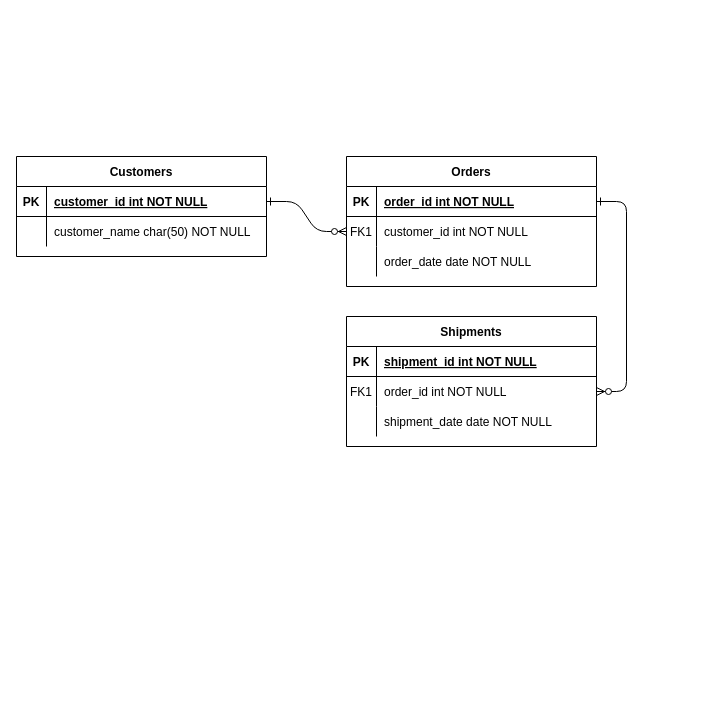
Before: GISDB.drawio in Mohamedmtc/Diagrams, a draw.io diagram. Source tidied: cells renumbered, new cells numbered last; positions are measured from the earlier drawing's top-left corner, leaving out a move shared by most shapes. Both pictures are drawn from the tidied source at 100%, with x=0, y=0 at pixel (16, 156).
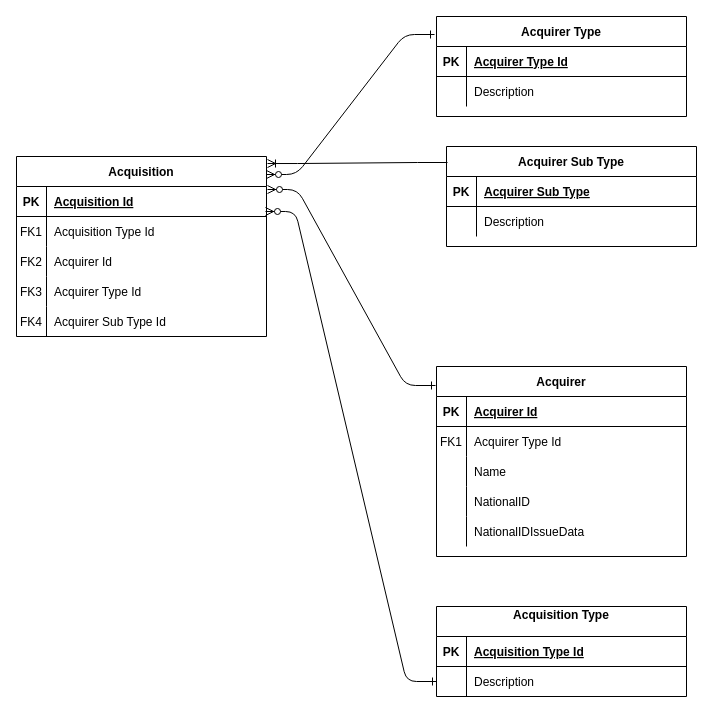
The same page after the edit.

The change refers to these unchanged cells:
```xml
<mxCell id="5" style="shape=partialRectangle;fillColor=none;points=[[0,0.5],[1,0.5]];portConstraint=eastwest;top=0;left=0;right=0;bottom=1;" parent="4" vertex="1">
  <mxGeometry y="30" width="250" height="30" as="geometry" />
</mxCell>
<mxCell id="15" style="shape=partialRectangle;fillColor=none;top=0;left=0;right=0;bottom=1;" parent="14" vertex="1">
  <mxGeometry y="30" width="250" height="30" as="geometry" />
</mxCell>
<mxCell id="18" style="shape=partialRectangle;fillColor=none;points=[[0,0.5],[1,0.5]];portConstraint=eastwest;top=0;left=0;right=0;bottom=0;" parent="14" vertex="1">
  <mxGeometry y="60" width="250" height="30" as="geometry" />
</mxCell>
<mxCell id="25" style="shape=partialRectangle;fillColor=none;points=[[0,0.5],[1,0.5]];portConstraint=eastwest;top=0;left=0;right=0;bottom=1;" parent="24" vertex="1">
  <mxGeometry y="30" width="250" height="30" as="geometry" />
</mxCell>
<mxCell id="28" style="shape=partialRectangle;fillColor=none;top=0;left=0;right=0;bottom=0;" parent="24" vertex="1">
  <mxGeometry y="60" width="250" height="30" as="geometry" />
</mxCell>
```

The edit, as a diff of the source:
```diff
@@
-    <mxCell id="2" style="edgeStyle=entityRelationEdgeStyle;endArrow=ERzeroToMany;startArrow=ERone;endFill=1;startFill=0;" parent="1" edge="1" source="25" target="8">
-      <mxGeometry relative="1" as="geometry" />
+    <mxCell id="2" style="edgeStyle=entityRelationEdgeStyle;endArrow=ERzeroToMany;startArrow=ERone;endFill=1;startFill=0;exitX=0;exitY=0.5;exitDx=0;exitDy=0;entryX=0.996;entryY=0.833;entryDx=0;entryDy=0;entryPerimeter=0;" parent="1" edge="1" source="11" target="25">
+      <mxGeometry relative="1" as="geometry">
+        <Array as="points">
+          <mxPoint x="300" y="100" />
+          <mxPoint x="310" y="100" />
+          <mxPoint x="310" y="100" />
+        </Array>
+      </mxGeometry>
     </mxCell>
-    <mxCell id="3" style="edgeStyle=entityRelationEdgeStyle;endArrow=ERzeroToMany;startArrow=ERone;endFill=1;startFill=0;" parent="1" edge="1" source="5" target="18">
+    <mxCell id="3" style="edgeStyle=entityRelationEdgeStyle;endArrow=ERzeroToMany;startArrow=ERone;endFill=1;startFill=0;exitX=-0.008;exitY=0.18;exitDx=0;exitDy=0;entryX=1;entryY=0.1;entryDx=0;entryDy=0;entryPerimeter=0;exitPerimeter=0;" parent="1" edge="1" source="49" target="24">
       <mxGeometry relative="1" as="geometry" />
     </mxCell>
-    <mxCell id="4" value="Orders" style="shape=table;startSize=30;childLayout=tableLayout;rowLines=0;fontStyle=1;align=center;" parent="1" vertex="1">
-      <mxGeometry x="330" width="250" height="130" as="geometry" />
+    <mxCell id="4" value="Acquisition Type&#10;" style="shape=table;startSize=30;childLayout=tableLayout;rowLines=0;fontStyle=1;align=center;" parent="1" vertex="1">
+      <mxGeometry x="420" y="450" width="250" height="90" as="geometry" />
     </mxCell>
@@
-    <mxCell id="7" value="order_id int NOT NULL " style="shape=partialRectangle;overflow=hidden;fillColor=none;top=0;left=0;bottom=0;right=0;align=left;spacingLeft=6;fontStyle=5;" parent="5" vertex="1">
+    <mxCell id="7" value="Acquisition Type Id" style="shape=partialRectangle;overflow=hidden;fillColor=none;top=0;left=0;bottom=0;right=0;align=left;spacingLeft=6;fontStyle=5;" parent="5" vertex="1">
       <mxGeometry x="30" width="220" height="30" as="geometry" />
     </mxCell>
-    <mxCell id="8" style="shape=partialRectangle;fillColor=none;points=[[0,0.5],[1,0.5]];portConstraint=eastwest;top=0;left=0;right=0;bottom=0;" parent="4" vertex="1">
-      <mxGeometry y="60" width="250" height="30" as="geometry" />
-    </mxCell>
-    <mxCell id="9" value="FK1" style="shape=partialRectangle;overflow=hidden;fillColor=none;top=0;left=0;bottom=0;right=0;" parent="8" vertex="1">
-      <mxGeometry width="30" height="30" as="geometry" />
-    </mxCell>
-    <mxCell id="10" value="customer_id int NOT NULL" style="shape=partialRectangle;overflow=hidden;fillColor=none;top=0;left=0;bottom=0;right=0;align=left;spacingLeft=6;" parent="8" vertex="1">
-      <mxGeometry x="30" width="220" height="30" as="geometry" />
-    </mxCell>
     <mxCell id="11" style="shape=partialRectangle;fillColor=none;points=[[0,0.5],[1,0.5]];portConstraint=eastwest;top=0;left=0;right=0;bottom=0;" parent="4" vertex="1">
-      <mxGeometry y="90" width="250" height="30" as="geometry" />
+      <mxGeometry y="60" width="250" height="30" as="geometry" />
     </mxCell>
@@
-    <mxCell id="13" value="order_date date NOT NULL" style="shape=partialRectangle;overflow=hidden;fillColor=none;top=0;left=0;bottom=0;right=0;align=left;spacingLeft=6;" parent="11" vertex="1">
+    <mxCell id="13" value="Description" style="shape=partialRectangle;overflow=hidden;fillColor=none;top=0;left=0;bottom=0;right=0;align=left;spacingLeft=6;" parent="11" vertex="1">
       <mxGeometry x="30" width="220" height="30" as="geometry" />
     </mxCell>
-    <mxCell id="14" value="Shipments" style="shape=table;startSize=30;childLayout=tableLayout;rowLines=0;fontStyle=1;align=center;" parent="1" vertex="1">
-      <mxGeometry x="330" y="160" width="250" height="130" as="geometry" />
+    <mxCell id="14" value="Acquirer" style="shape=table;startSize=30;childLayout=tableLayout;rowLines=0;fontStyle=1;align=center;" parent="1" vertex="1">
+      <mxGeometry x="420" y="210" width="250" height="190" as="geometry" />
     </mxCell>
@@
-    <mxCell id="17" value="shipment_id int NOT NULL " style="shape=partialRectangle;overflow=hidden;fillColor=none;top=0;left=0;bottom=0;right=0;align=left;spacingLeft=6;fontStyle=5;" parent="15" vertex="1">
+    <mxCell id="17" value="Acquirer Id" style="shape=partialRectangle;overflow=hidden;fillColor=none;top=0;left=0;bottom=0;right=0;align=left;spacingLeft=6;fontStyle=5;" parent="15" vertex="1">
       <mxGeometry x="30" width="220" height="30" as="geometry" />
     </mxCell>
@@
-    <mxCell id="20" value="order_id int NOT NULL" style="shape=partialRectangle;overflow=hidden;fillColor=none;top=0;left=0;bottom=0;right=0;align=left;spacingLeft=6;" parent="18" vertex="1">
+    <mxCell id="20" value="Acquirer Type Id" style="shape=partialRectangle;overflow=hidden;fillColor=none;top=0;left=0;bottom=0;right=0;align=left;spacingLeft=6;" parent="18" vertex="1">
       <mxGeometry x="30" width="220" height="30" as="geometry" />
     </mxCell>
-    <mxCell id="21" style="shape=partialRectangle;fillColor=none;top=0;left=0;right=0;bottom=0;" parent="14" vertex="1">
-      <mxGeometry y="90" width="250" height="30" as="geometry" />
-    </mxCell>
-    <mxCell id="22" style="shape=partialRectangle;overflow=hidden;fillColor=none;top=0;left=0;bottom=0;right=0;" parent="21" vertex="1">
-      <mxGeometry width="30" height="30" as="geometry" />
-    </mxCell>
-    <mxCell id="23" value="shipment_date date NOT NULL" style="shape=partialRectangle;overflow=hidden;fillColor=none;top=0;left=0;bottom=0;right=0;align=left;spacingLeft=6;" parent="21" vertex="1">
-      <mxGeometry x="30" width="220" height="30" as="geometry" />
-    </mxCell>
+    <mxCell id="31" style="shape=partialRectangle;fillColor=none;top=0;left=0;right=0;bottom=0;" parent="14" vertex="1">
+      <mxGeometry y="90" width="250" height="30" as="geometry" />
+    </mxCell>
+    <mxCell id="32" style="shape=partialRectangle;overflow=hidden;fillColor=none;top=0;left=0;bottom=0;right=0;" parent="31" vertex="1">
+      <mxGeometry width="30" height="30" as="geometry" />
+    </mxCell>
+    <mxCell id="33" value="Name" style="shape=partialRectangle;overflow=hidden;fillColor=none;top=0;left=0;bottom=0;right=0;align=left;spacingLeft=6;" parent="31" vertex="1">
+      <mxGeometry x="30" width="220" height="30" as="geometry" />
+    </mxCell>
+    <mxCell id="34" style="shape=partialRectangle;fillColor=none;top=0;left=0;right=0;bottom=0;" parent="14" vertex="1">
+      <mxGeometry y="120" width="250" height="30" as="geometry" />
+    </mxCell>
+    <mxCell id="35" style="shape=partialRectangle;overflow=hidden;fillColor=none;top=0;left=0;bottom=0;right=0;" parent="34" vertex="1">
+      <mxGeometry width="30" height="30" as="geometry" />
+    </mxCell>
+    <mxCell id="36" value="NationalID" style="shape=partialRectangle;overflow=hidden;fillColor=none;top=0;left=0;bottom=0;right=0;align=left;spacingLeft=6;" parent="34" vertex="1">
+      <mxGeometry x="30" width="220" height="30" as="geometry" />
+    </mxCell>
+    <mxCell id="37" style="shape=partialRectangle;fillColor=none;top=0;left=0;right=0;bottom=0;" parent="14" vertex="1">
+      <mxGeometry y="150" width="250" height="30" as="geometry" />
+    </mxCell>
+    <mxCell id="38" style="shape=partialRectangle;overflow=hidden;fillColor=none;top=0;left=0;bottom=0;right=0;" parent="37" vertex="1">
+      <mxGeometry width="30" height="30" as="geometry" />
+    </mxCell>
+    <mxCell id="39" value="NationalIDIssueData" style="shape=partialRectangle;overflow=hidden;fillColor=none;top=0;left=0;bottom=0;right=0;align=left;spacingLeft=6;" parent="37" vertex="1">
+      <mxGeometry x="30" width="220" height="30" as="geometry" />
+    </mxCell>
-    <mxCell id="24" value="Customers" style="shape=table;startSize=30;childLayout=tableLayout;rowLines=0;fontStyle=1;align=center;" parent="1" vertex="1">
-      <mxGeometry width="250" height="100" as="geometry" />
+    <mxCell id="24" value="Acquisition" style="shape=table;startSize=30;childLayout=tableLayout;rowLines=0;fontStyle=1;align=center;" parent="1" vertex="1">
+      <mxGeometry width="250" height="180" as="geometry" />
     </mxCell>
@@
-    <mxCell id="27" value="customer_id int NOT NULL " style="shape=partialRectangle;overflow=hidden;fillColor=none;top=0;left=0;bottom=0;right=0;align=left;spacingLeft=6;fontStyle=5;" parent="25" vertex="1">
+    <mxCell id="27" value="Acquisition Id" style="shape=partialRectangle;overflow=hidden;fillColor=none;top=0;left=0;bottom=0;right=0;align=left;spacingLeft=6;fontStyle=5;" parent="25" vertex="1">
       <mxGeometry x="30" width="220" height="30" as="geometry" />
     </mxCell>
@@
-    <mxCell id="29" style="shape=partialRectangle;overflow=hidden;fillColor=none;top=0;left=0;bottom=0;right=0;" parent="28" vertex="1">
+    <mxCell id="29" value="FK1" style="shape=partialRectangle;overflow=hidden;fillColor=none;top=0;left=0;bottom=0;right=0;" parent="28" vertex="1">
       <mxGeometry width="30" height="30" as="geometry" />
     </mxCell>
-    <mxCell id="30" value="customer_name char(50) NOT NULL" style="shape=partialRectangle;overflow=hidden;fillColor=none;top=0;left=0;bottom=0;right=0;align=left;spacingLeft=6;" parent="28" vertex="1">
+    <mxCell id="30" value="Acquisition Type Id" style="shape=partialRectangle;overflow=hidden;fillColor=none;top=0;left=0;bottom=0;right=0;align=left;spacingLeft=6;" parent="28" vertex="1">
       <mxGeometry x="30" width="220" height="30" as="geometry" />
     </mxCell>
+    <mxCell id="40" style="shape=partialRectangle;fillColor=none;top=0;left=0;right=0;bottom=0;" parent="24" vertex="1">
+      <mxGeometry y="90" width="250" height="30" as="geometry" />
+    </mxCell>
+    <mxCell id="41" value="FK2" style="shape=partialRectangle;overflow=hidden;fillColor=none;top=0;left=0;bottom=0;right=0;" parent="40" vertex="1">
+      <mxGeometry width="30" height="30" as="geometry" />
+    </mxCell>
+    <mxCell id="42" value="Acquirer Id" style="shape=partialRectangle;overflow=hidden;fillColor=none;top=0;left=0;bottom=0;right=0;align=left;spacingLeft=6;" parent="40" vertex="1">
+      <mxGeometry x="30" width="220" height="30" as="geometry" />
+    </mxCell>
+    <mxCell id="43" style="shape=partialRectangle;fillColor=none;top=0;left=0;right=0;bottom=0;" parent="24" vertex="1">
+      <mxGeometry y="120" width="250" height="30" as="geometry" />
+    </mxCell>
+    <mxCell id="44" value="FK3" style="shape=partialRectangle;overflow=hidden;fillColor=none;top=0;left=0;bottom=0;right=0;" parent="43" vertex="1">
+      <mxGeometry width="30" height="30" as="geometry" />
+    </mxCell>
+    <mxCell id="45" value="Acquirer Type Id" style="shape=partialRectangle;overflow=hidden;fillColor=none;top=0;left=0;bottom=0;right=0;align=left;spacingLeft=6;" parent="43" vertex="1">
+      <mxGeometry x="30" width="220" height="30" as="geometry" />
+    </mxCell>
+    <mxCell id="46" style="shape=partialRectangle;fillColor=none;top=0;left=0;right=0;bottom=0;" parent="24" vertex="1">
+      <mxGeometry y="150" width="250" height="30" as="geometry" />
+    </mxCell>
+    <mxCell id="47" value="FK4" style="shape=partialRectangle;overflow=hidden;fillColor=none;top=0;left=0;bottom=0;right=0;" parent="46" vertex="1">
+      <mxGeometry width="30" height="30" as="geometry" />
+    </mxCell>
+    <mxCell id="48" value="Acquirer Sub Type Id" style="shape=partialRectangle;overflow=hidden;fillColor=none;top=0;left=0;bottom=0;right=0;align=left;spacingLeft=6;" parent="46" vertex="1">
+      <mxGeometry x="30" width="220" height="30" as="geometry" />
+    </mxCell>
+    <mxCell id="49" value="Acquirer Type" style="shape=table;startSize=30;childLayout=tableLayout;rowLines=0;fontStyle=1;align=center;" parent="1" vertex="1">
+      <mxGeometry x="420" y="-140" width="250" height="100" as="geometry" />
+    </mxCell>
+    <mxCell id="50" style="shape=partialRectangle;fillColor=none;top=0;left=0;right=0;bottom=1;" parent="49" vertex="1">
+      <mxGeometry y="30" width="250" height="30" as="geometry" />
+    </mxCell>
+    <mxCell id="51" value="PK" style="shape=partialRectangle;overflow=hidden;fillColor=none;top=0;left=0;bottom=0;right=0;fontStyle=1;" parent="50" vertex="1">
+      <mxGeometry width="30" height="30" as="geometry" />
+    </mxCell>
+    <mxCell id="52" value="Acquirer Type Id" style="shape=partialRectangle;overflow=hidden;fillColor=none;top=0;left=0;bottom=0;right=0;align=left;spacingLeft=6;fontStyle=5;" parent="50" vertex="1">
+      <mxGeometry x="30" width="220" height="30" as="geometry" />
+    </mxCell>
+    <mxCell id="53" style="shape=partialRectangle;fillColor=none;top=0;left=0;right=0;bottom=0;" parent="49" vertex="1">
+      <mxGeometry y="60" width="250" height="30" as="geometry" />
+    </mxCell>
+    <mxCell id="54" style="shape=partialRectangle;overflow=hidden;fillColor=none;top=0;left=0;bottom=0;right=0;" parent="53" vertex="1">
+      <mxGeometry width="30" height="30" as="geometry" />
+    </mxCell>
+    <mxCell id="55" value="Description" style="shape=partialRectangle;overflow=hidden;fillColor=none;top=0;left=0;bottom=0;right=0;align=left;spacingLeft=6;" parent="53" vertex="1">
+      <mxGeometry x="30" width="220" height="30" as="geometry" />
+    </mxCell>
+    <mxCell id="56" value="Acquirer Sub Type" style="shape=table;startSize=30;childLayout=tableLayout;rowLines=0;fontStyle=1;align=center;" parent="1" vertex="1">
+      <mxGeometry x="430" y="-10" width="250" height="100" as="geometry" />
+    </mxCell>
+    <mxCell id="57" style="shape=partialRectangle;fillColor=none;top=0;left=0;right=0;bottom=1;" parent="56" vertex="1">
+      <mxGeometry y="30" width="250" height="30" as="geometry" />
+    </mxCell>
+    <mxCell id="58" value="PK" style="shape=partialRectangle;overflow=hidden;fillColor=none;top=0;left=0;bottom=0;right=0;fontStyle=1;" parent="57" vertex="1">
+      <mxGeometry width="30" height="30" as="geometry" />
+    </mxCell>
+    <mxCell id="59" value="Acquirer Sub Type" style="shape=partialRectangle;overflow=hidden;fillColor=none;top=0;left=0;bottom=0;right=0;align=left;spacingLeft=6;fontStyle=5;" parent="57" vertex="1">
+      <mxGeometry x="30" width="220" height="30" as="geometry" />
+    </mxCell>
+    <mxCell id="60" style="shape=partialRectangle;fillColor=none;top=0;left=0;right=0;bottom=0;" parent="56" vertex="1">
+      <mxGeometry y="60" width="250" height="30" as="geometry" />
+    </mxCell>
+    <mxCell id="61" style="shape=partialRectangle;overflow=hidden;fillColor=none;top=0;left=0;bottom=0;right=0;" parent="60" vertex="1">
+      <mxGeometry width="30" height="30" as="geometry" />
+    </mxCell>
+    <mxCell id="62" value="Description" style="shape=partialRectangle;overflow=hidden;fillColor=none;top=0;left=0;bottom=0;right=0;align=left;spacingLeft=6;" parent="60" vertex="1">
+      <mxGeometry x="30" width="220" height="30" as="geometry" />
+    </mxCell>
+    <mxCell id="63" style="edgeStyle=entityRelationEdgeStyle;endArrow=ERzeroToMany;startArrow=ERone;endFill=1;startFill=0;exitX=-0.004;exitY=0.1;exitDx=0;exitDy=0;exitPerimeter=0;entryX=1.004;entryY=0.1;entryDx=0;entryDy=0;entryPerimeter=0;" parent="1" edge="1" source="14" target="25">
+      <mxGeometry relative="1" as="geometry">
+        <Array as="points">
+          <mxPoint x="310" y="110" />
+          <mxPoint x="320" y="110" />
+          <mxPoint x="320" y="110" />
+        </Array>
+      </mxGeometry>
+    </mxCell>
+    <mxCell id="64" style="edgeStyle=entityRelationEdgeStyle;fontSize=12;html=1;endArrow=ERoneToMany;rounded=0;exitX=0.004;exitY=0.16;exitDx=0;exitDy=0;exitPerimeter=0;entryX=1.004;entryY=0.039;entryDx=0;entryDy=0;entryPerimeter=0;" parent="1" edge="1" source="56" target="24">
+      <mxGeometry relative="1" as="geometry" />
+    </mxCell>
```
